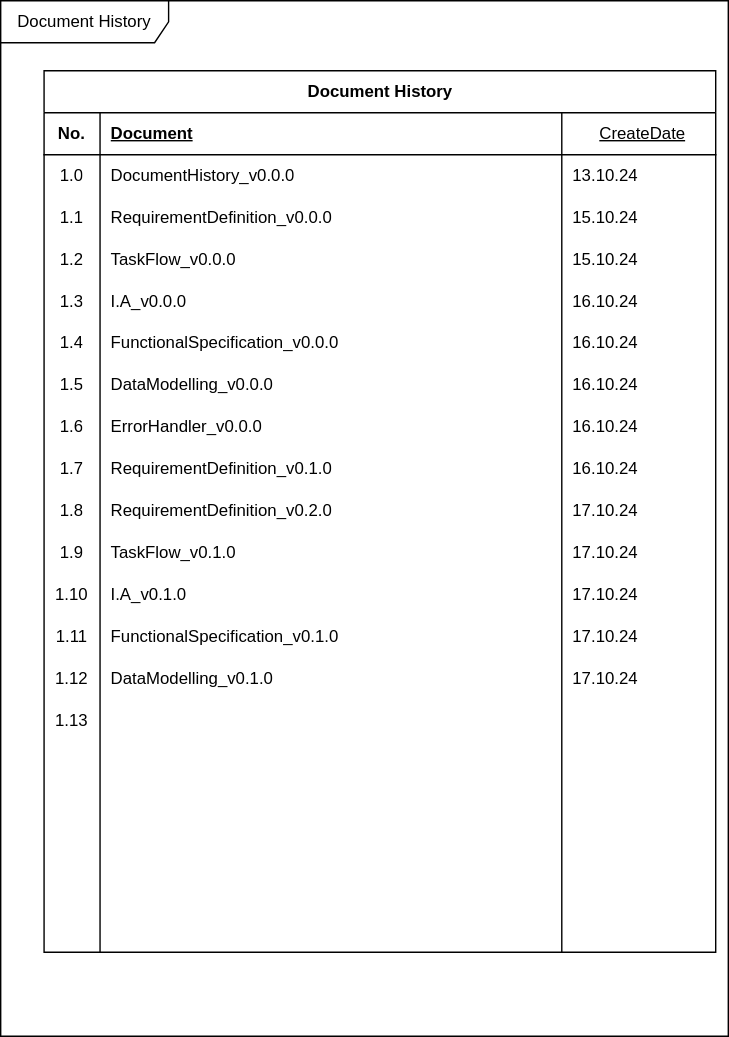
Earlier version of the draw.io export Document/WeadinatorDocumentation.svg (cjungwo/Weadinator). Source tidied: cells renumbered, new cells last; positions are measured from the earlier drawing's top-left corner, leaving out a move shared by most shapes.
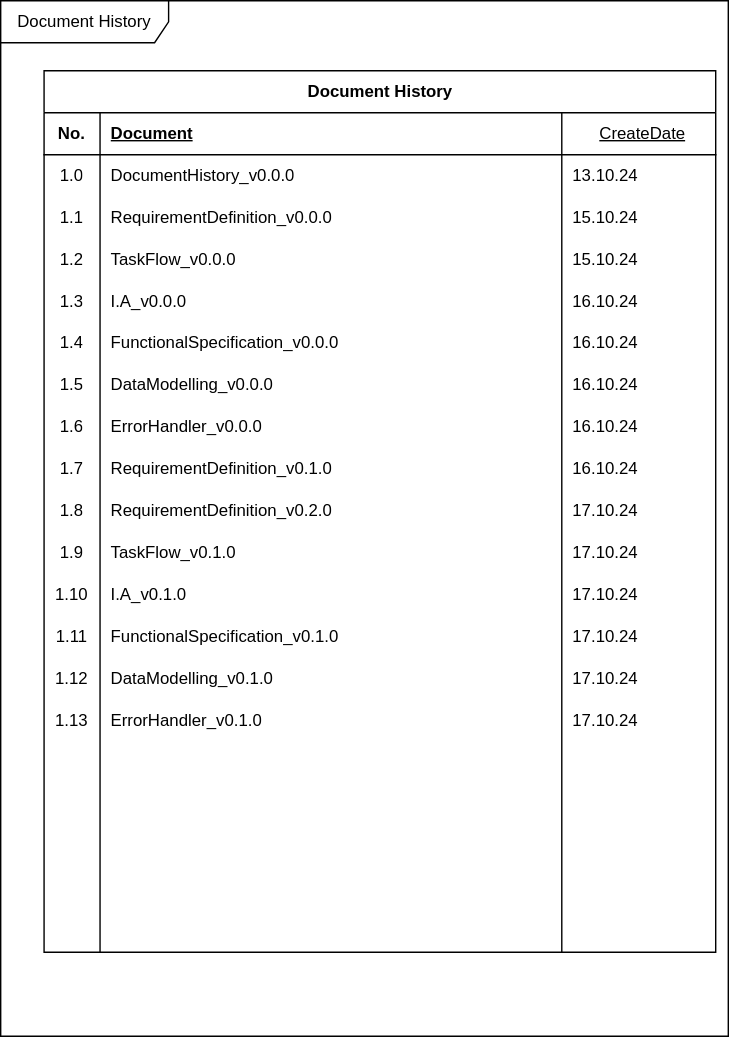
After the change.

Diff of the diagram source:
```diff
@@ -182,10 +182,10 @@
     <mxCell id="61" value="1.13" style="shape=partialRectangle;fillColor=none;top=0;left=0;bottom=0;right=0;overflow=hidden;whiteSpace=wrap;html=1;" parent="60" vertex="1">
       <mxGeometry width="40" height="30" as="geometry" />
     </mxCell>
-    <mxCell id="62" style="shape=partialRectangle;fillColor=none;top=0;left=0;bottom=0;right=0;align=left;spacingLeft=6;overflow=hidden;whiteSpace=wrap;html=1;" parent="60" vertex="1">
+    <mxCell id="62" value="ErrorHandler_v0.1.0" style="shape=partialRectangle;fillColor=none;top=0;left=0;bottom=0;right=0;align=left;spacingLeft=6;overflow=hidden;whiteSpace=wrap;html=1;" parent="60" vertex="1">
       <mxGeometry x="40" width="330" height="30" as="geometry" />
     </mxCell>
-    <mxCell id="63" style="shape=partialRectangle;fillColor=none;top=0;left=0;bottom=0;right=0;align=left;spacingLeft=6;overflow=hidden;whiteSpace=wrap;html=1;" parent="60" vertex="1">
+    <mxCell id="63" value="17.10.24" style="shape=partialRectangle;fillColor=none;top=0;left=0;bottom=0;right=0;align=left;spacingLeft=6;overflow=hidden;whiteSpace=wrap;html=1;" parent="60" vertex="1">
       <mxGeometry x="370" width="110" height="30" as="geometry" />
     </mxCell>
     <mxCell id="64" style="shape=tableRow;horizontal=0;startSize=0;swimlaneHead=0;swimlaneBody=0;fillColor=none;top=0;left=0;right=0;bottom=0;" parent="3" vertex="1">
```
